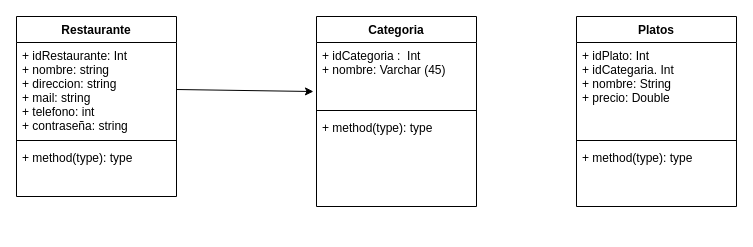
This is DiagramaMvcResto/Diagrama.dio from alex171615/MVCResto-1, a draw.io file, before an edit. Source tidied: cells renumbered, new cells numbered last; positions are measured from the earlier drawing's top-left corner, leaving out a move shared by most shapes. Both pictures are drawn from the tidied source at 100%, with x=0, y=0 at pixel (16, 16).
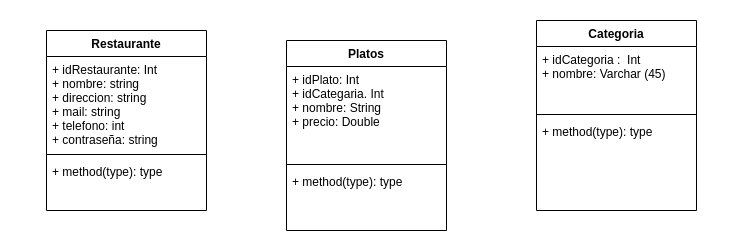
Above is the later version.

Diff of the diagram source:
```diff
@@
 <mxGraphModel>
   <root>
     <mxCell id="0" />
     <mxCell id="1" parent="0" />
     <mxCell id="2" value="Platos" style="swimlane;fontStyle=1;align=center;verticalAlign=top;horizontal=1;startSize=26;" parent="1" vertex="1">
-      <mxGeometry x="560" width="160" height="190" as="geometry" />
+      <mxGeometry x="270" y="24" width="160" height="190" as="geometry" />
     </mxCell>
     <mxCell id="3" value="+ idPlato: Int &#10;+ idCategaria. Int &#10;+ nombre: String&#10;+ precio: Double&#10;" style="text;strokeColor=none;fillColor=none;align=left;verticalAlign=top;spacingLeft=4;spacingRight=4;overflow=hidden;" parent="2" vertex="1">
       <mxGeometry y="26" width="160" height="94" as="geometry" />
     </mxCell>
     <mxCell id="4" style="line;strokeWidth=1;fillColor=none;align=left;verticalAlign=middle;spacingTop=-1;spacingLeft=3;spacingRight=3;labelPosition=right;" parent="2" vertex="1">
       <mxGeometry y="120" width="160" height="8" as="geometry" />
     </mxCell>
     <mxCell id="5" value="+ method(type): type" style="text;strokeColor=none;fillColor=none;align=left;verticalAlign=top;spacingLeft=4;spacingRight=4;overflow=hidden;" parent="2" vertex="1">
       <mxGeometry y="128" width="160" height="62" as="geometry" />
     </mxCell>
     <mxCell id="6" value="Categoria" style="swimlane;fontStyle=1;align=center;verticalAlign=top;horizontal=1;startSize=26;" parent="1" vertex="1">
-      <mxGeometry x="300" width="160" height="190" as="geometry" />
+      <mxGeometry x="520" y="4" width="160" height="190" as="geometry" />
     </mxCell>
     <mxCell id="7" value="+ idCategoria :  Int&#10;+ nombre: Varchar (45)" style="text;strokeColor=none;fillColor=none;align=left;verticalAlign=top;spacingLeft=4;spacingRight=4;overflow=hidden;points=[[0,0.5],[1,0.5]];portConstraint=eastwest;" parent="6" vertex="1">
       <mxGeometry y="26" width="160" height="64" as="geometry" />
     </mxCell>
     <mxCell id="8" style="line;strokeWidth=1;fillColor=none;align=left;verticalAlign=middle;spacingTop=-1;spacingLeft=3;spacingRight=3;labelPosition=right;" parent="6" vertex="1">
       <mxGeometry y="90" width="160" height="8" as="geometry" />
     </mxCell>
     <mxCell id="9" value="+ method(type): type" style="text;strokeColor=none;fillColor=none;align=left;verticalAlign=top;spacingLeft=4;spacingRight=4;overflow=hidden;" parent="6" vertex="1">
       <mxGeometry y="98" width="160" height="92" as="geometry" />
     </mxCell>
     <mxCell id="10" value="Restaurante" style="swimlane;fontStyle=1;align=center;verticalAlign=top;horizontal=1;startSize=26;" parent="1" vertex="1">
-      <mxGeometry width="160" height="180" as="geometry" />
+      <mxGeometry x="30" y="14" width="160" height="180" as="geometry" />
     </mxCell>
     <mxCell id="11" value="+ idRestaurante: Int &#10;+ nombre: string&#10;+ direccion: string&#10;+ mail: string&#10;+ telefono: int&#10;+ contraseña: string&#10;" style="text;strokeColor=none;fillColor=none;align=left;verticalAlign=top;spacingLeft=4;spacingRight=4;overflow=hidden;points=[[0,0.5],[1,0.5]];portConstraint=eastwest;" parent="10" vertex="1">
       <mxGeometry y="26" width="160" height="94" as="geometry" />
     </mxCell>
     <mxCell id="12" style="line;strokeWidth=1;fillColor=none;align=left;verticalAlign=middle;spacingTop=-1;spacingLeft=3;spacingRight=3;labelPosition=right;" parent="10" vertex="1">
       <mxGeometry y="120" width="160" height="8" as="geometry" />
     </mxCell>
     <mxCell id="13" value="+ method(type): type" style="text;strokeColor=none;fillColor=none;align=left;verticalAlign=top;spacingLeft=4;spacingRight=4;overflow=hidden;" parent="10" vertex="1">
       <mxGeometry y="128" width="160" height="52" as="geometry" />
     </mxCell>
-    <mxCell id="14" style="edgeStyle=none;html=1;exitX=1;exitY=0.5;exitDx=0;exitDy=0;entryX=-0.019;entryY=0.766;entryDx=0;entryDy=0;entryPerimeter=0;" parent="1" edge="1" source="11" target="7">
-      <mxGeometry relative="1" as="geometry" />
-    </mxCell>
   </root>
 </mxGraphModel>
```
